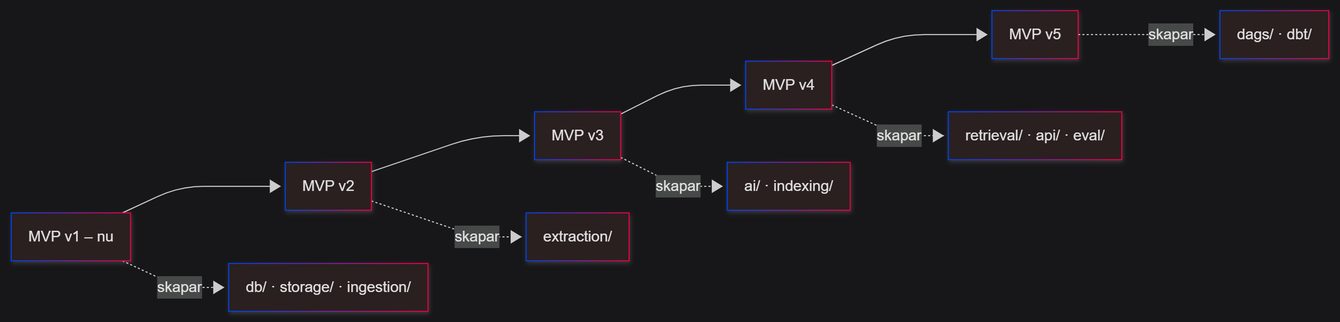
This is docs/file_docs/folder_structure_map.png from JohnnyHyytiainen/project3-kms, a Mermaid export, as it was before one commit. Its source is kept beside it as docs/file_docs/folder_structure_map.mmd. Source of this version:
```mermaid
---
config:
  theme: neo-dark
---
graph LR
    V1["MVP v1 – nu"] --> V2["MVP v2"] --> V3["MVP v3"] --> V4["MVP v4"] --> V5["MVP v5"]

    V1 -.->|skapar| F1["db/ · storage/ · ingestion/"]
    V2 -.->|skapar| F2["extraction/"]
    V3 -.->|skapar| F3["ai/ · indexing/"]
    V4 -.->|skapar| F4["retrieval/ · api/ · eval/"]
    V5 -.->|skapar| F5["dags/ · dbt/"]
```
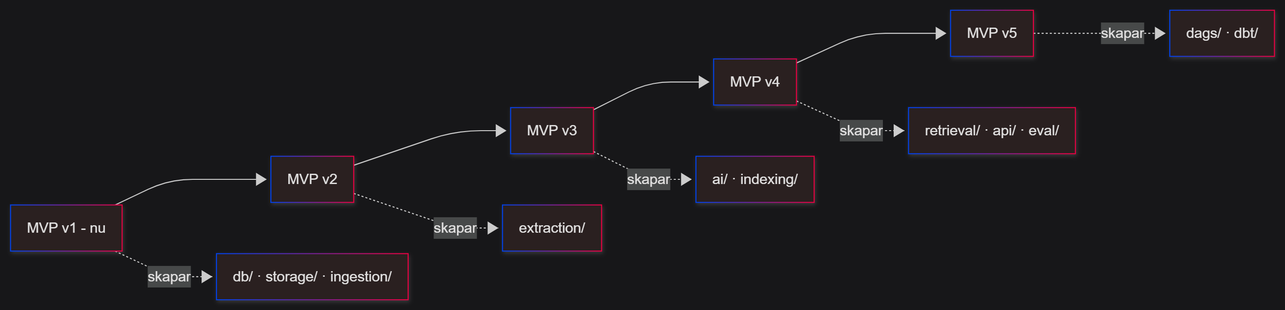
The same diagram one commit later.

Change to the diagram source:
```diff
@@ -3,7 +3,7 @@
   theme: neo-dark
 ---
 graph LR
-    V1["MVP v1 – nu"] --> V2["MVP v2"] --> V3["MVP v3"] --> V4["MVP v4"] --> V5["MVP v5"]
+    V1["MVP v1 - nu"] --> V2["MVP v2"] --> V3["MVP v3"] --> V4["MVP v4"] --> V5["MVP v5"]
 
     V1 -.->|skapar| F1["db/ · storage/ · ingestion/"]
     V2 -.->|skapar| F2["extraction/"]
```
